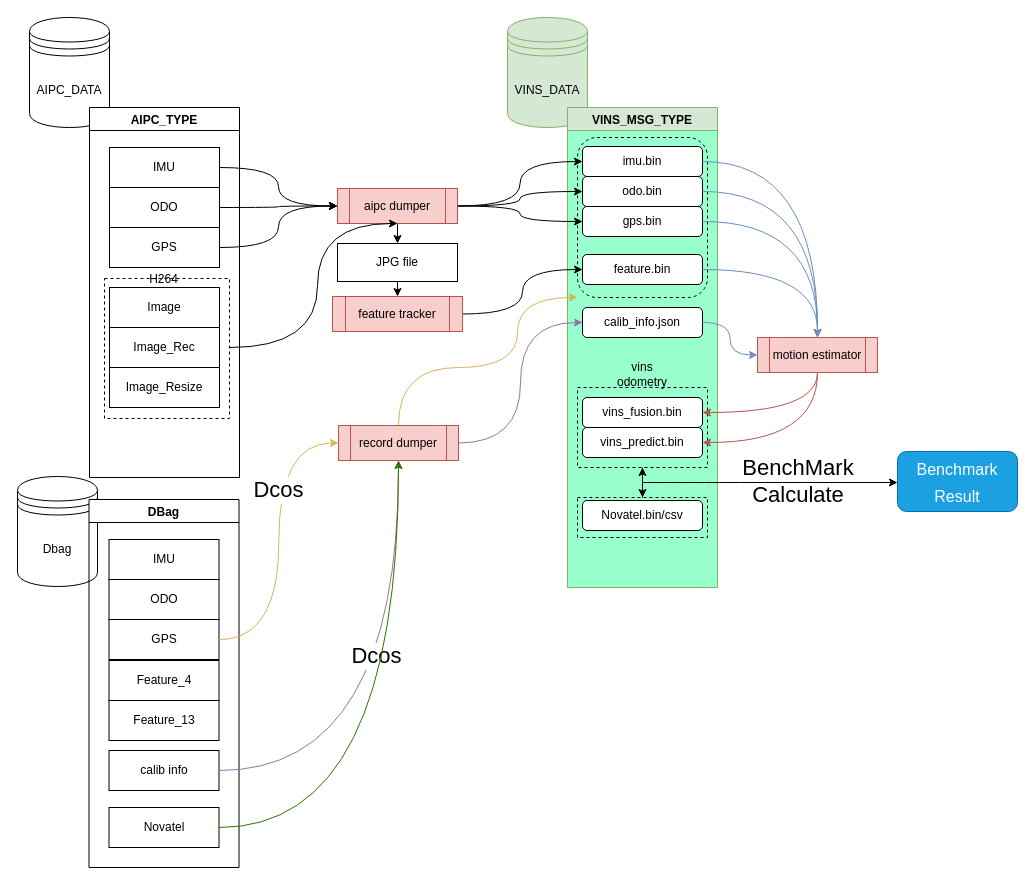
Before: Untitled Diagram.drawio in BlackSuns/auto_sign, a draw.io diagram. Source tidied: cells renumbered, new cells numbered last; positions are measured from the earlier drawing's top-left corner, leaving out a move shared by most shapes. Both pictures are drawn from the tidied source at 100%, with x=0, y=0 at pixel (17, 17).
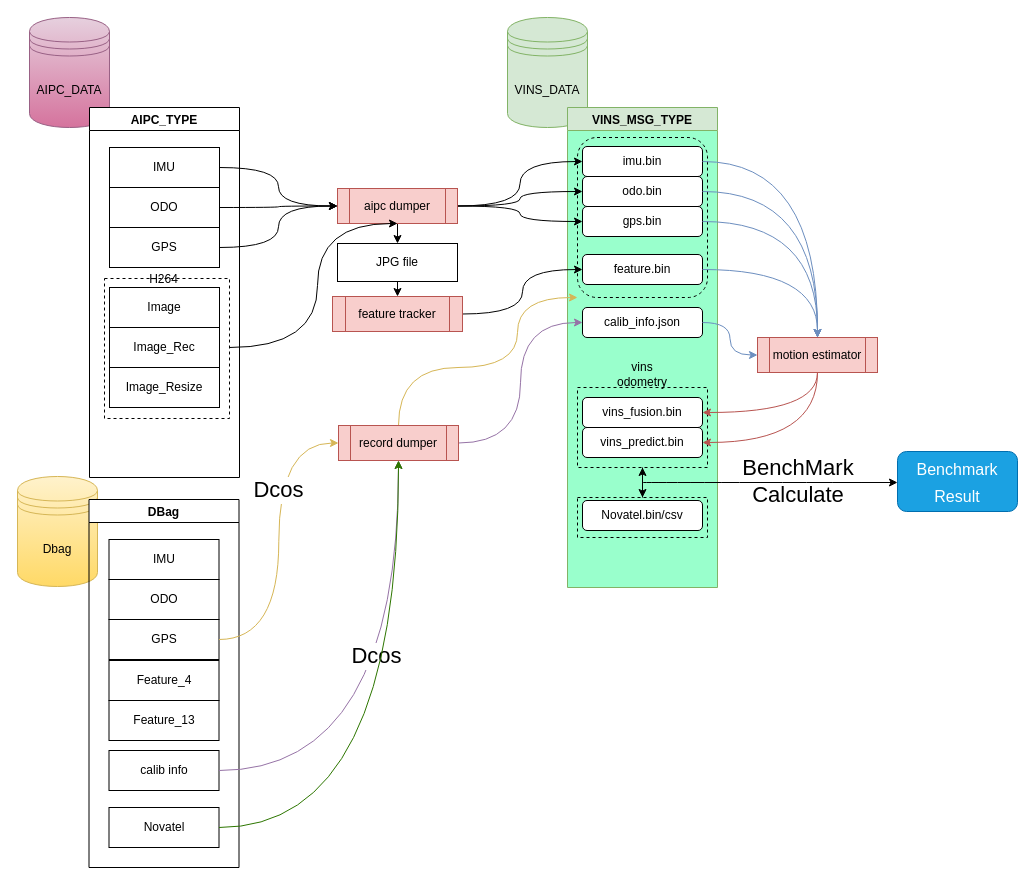
Above is the later version.

Diff of the diagram source:
```diff
@@
-    <mxCell id="2" value="AIPC_DATA" style="shape=datastore;whiteSpace=wrap;html=1;" parent="1" vertex="1">
+    <mxCell id="2" value="AIPC_DATA" style="shape=datastore;whiteSpace=wrap;html=1;fillColor=#e6d0de;gradientColor=#d5739d;strokeColor=#996185;" parent="1" vertex="1">
       <mxGeometry x="12" width="80" height="110" as="geometry" />
     </mxCell>
@@
-    <mxCell id="52" value="Dbag" style="shape=datastore;whiteSpace=wrap;html=1;" parent="1" vertex="1">
+    <mxCell id="52" value="Dbag" style="shape=datastore;whiteSpace=wrap;html=1;fillColor=#fff2cc;gradientColor=#ffd966;strokeColor=#d6b656;" parent="1" vertex="1">
       <mxGeometry y="459" width="80" height="110" as="geometry" />
     </mxCell>
```
